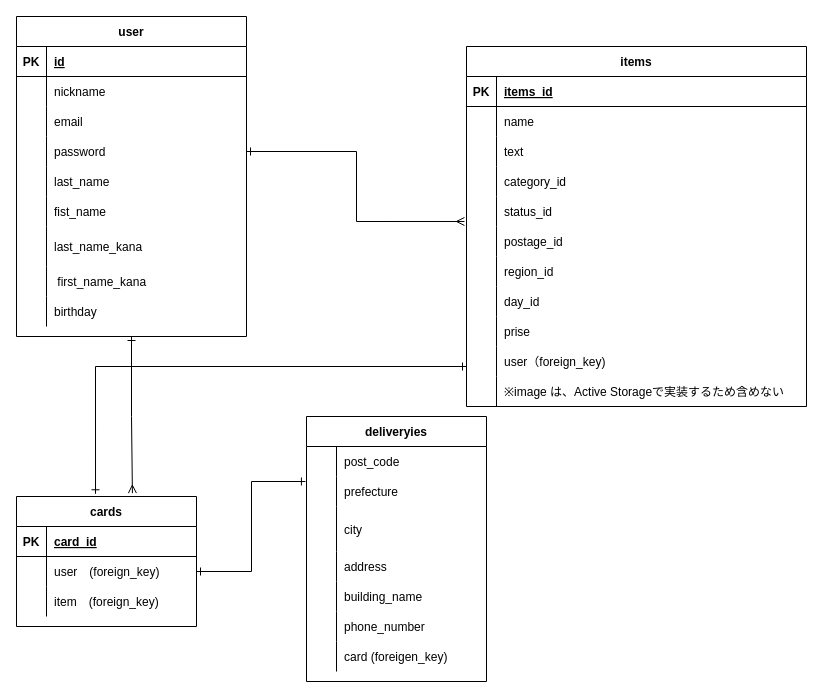
Before: furima.dio in hiromikagawa/furima-36904, a draw.io diagram. Source tidied: cells renumbered, new cells numbered last; positions are measured from the earlier drawing's top-left corner, leaving out a move shared by most shapes. Both pictures are drawn from the tidied source at 100%, with x=0, y=0 at pixel (16, 16).
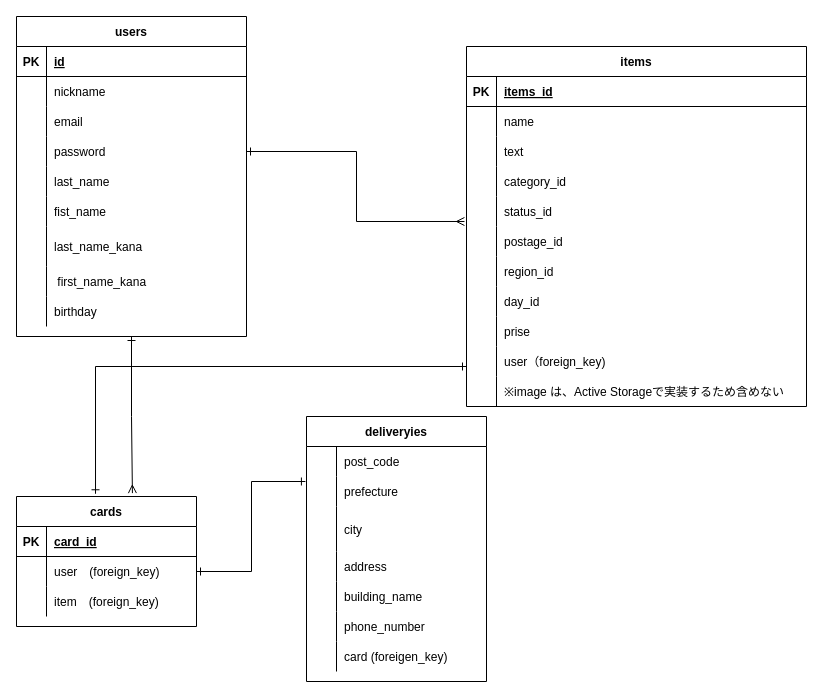
The same page after the edit.

Diff of the diagram source:
```diff
@@
-    <mxCell id="3" value="user" style="shape=table;startSize=30;childLayout=tableLayout;rowLines=0;fontStyle=1;align=center;fillColor=none;" parent="1" vertex="1">
+    <mxCell id="3" value="users" style="shape=table;startSize=30;childLayout=tableLayout;rowLines=0;fontStyle=1;align=center;fillColor=none;" parent="1" vertex="1">
       <mxGeometry width="230" height="320" as="geometry" />
     </mxCell>
```
